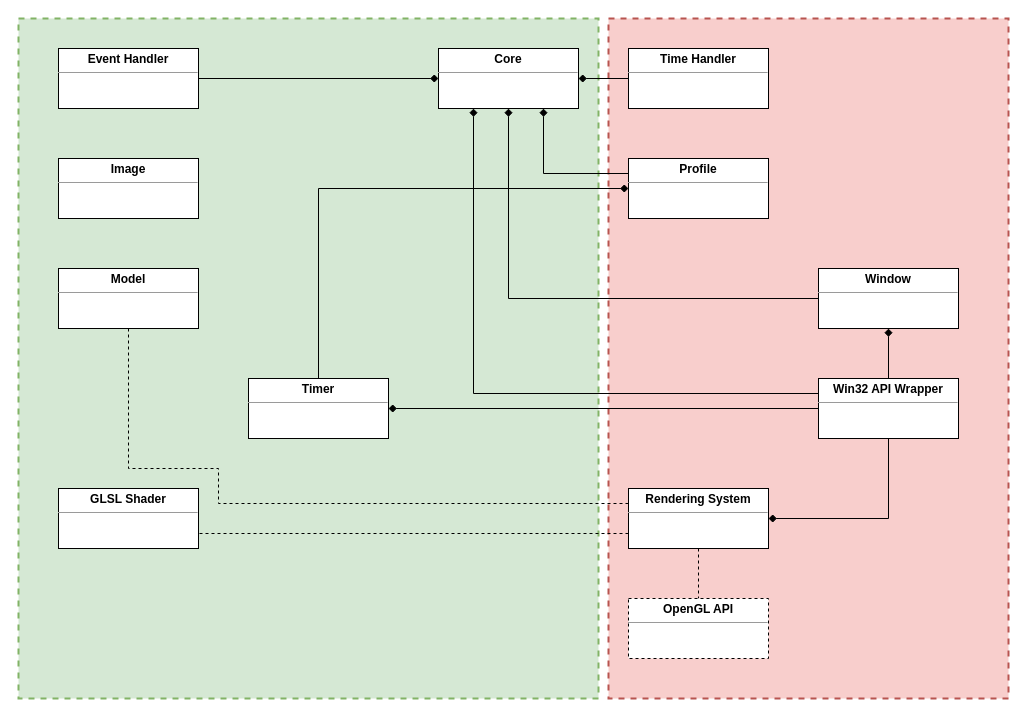
The draw.io diagram _docs/k-engine-classes.drawio in Keshizin/k-engine, before the edit. Source tidied: cells renumbered, new cells numbered last; positions are measured from the earlier drawing's top-left corner, leaving out a move shared by most shapes. Both pictures are drawn from the tidied source at 100%, with x=0, y=0 at pixel (18, 18).
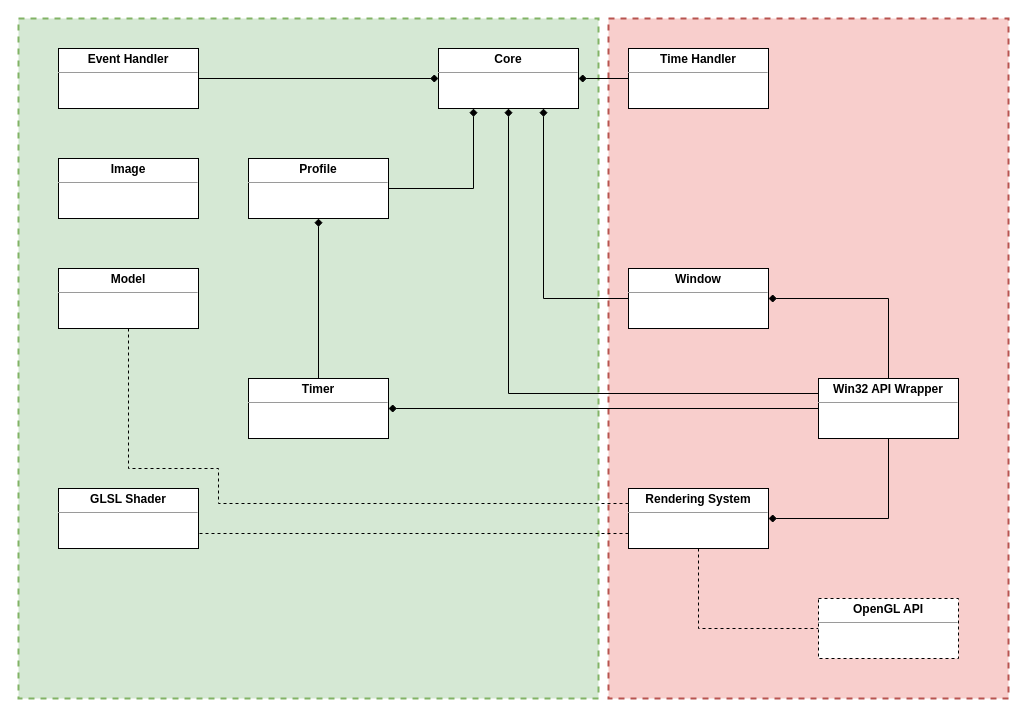
Above is the later version.

Commit message (it also covers changes not shown here):
Cleaning the build directory and updating docs

The change refers to these unchanged cells:
```xml
<mxCell id="4" value="&lt;p style=&quot;margin: 0px ; margin-top: 4px ; text-align: center&quot;&gt;&lt;b&gt;Core&lt;/b&gt;&lt;/p&gt;&lt;hr size=&quot;1&quot;&gt;&lt;div style=&quot;height: 2px&quot;&gt;&lt;/div&gt;" style="verticalAlign=top;align=left;overflow=fill;fontSize=12;fontFamily=Helvetica;html=1;" parent="1" vertex="1">
  <mxGeometry x="420" y="30" width="140" height="60" as="geometry" />
</mxCell>
<mxCell id="9" value="&lt;p style=&quot;margin: 0px ; margin-top: 4px ; text-align: center&quot;&gt;&lt;b&gt;Win32 API Wrapper&lt;/b&gt;&lt;/p&gt;&lt;hr size=&quot;1&quot;&gt;&lt;div style=&quot;height: 2px&quot;&gt;&lt;/div&gt;" style="verticalAlign=top;align=left;overflow=fill;fontSize=12;fontFamily=Helvetica;html=1;" parent="1" vertex="1">
  <mxGeometry x="800" y="360" width="140" height="60" as="geometry" />
</mxCell>
<mxCell id="13" value="&lt;p style=&quot;margin: 0px ; margin-top: 4px ; text-align: center&quot;&gt;&lt;b&gt;Rendering System&lt;/b&gt;&lt;/p&gt;&lt;hr size=&quot;1&quot;&gt;&lt;div style=&quot;height: 2px&quot;&gt;&lt;/div&gt;" style="verticalAlign=top;align=left;overflow=fill;fontSize=12;fontFamily=Helvetica;html=1;" parent="1" vertex="1">
  <mxGeometry x="610" y="470" width="140" height="60" as="geometry" />
</mxCell>
<mxCell id="17" value="&lt;p style=&quot;margin: 0px ; margin-top: 4px ; text-align: center&quot;&gt;&lt;b&gt;Timer&lt;/b&gt;&lt;/p&gt;&lt;hr size=&quot;1&quot;&gt;&lt;div style=&quot;height: 2px&quot;&gt;&lt;/div&gt;" style="verticalAlign=top;align=left;overflow=fill;fontSize=12;fontFamily=Helvetica;html=1;" parent="1" vertex="1">
  <mxGeometry x="230" y="360" width="140" height="60" as="geometry" />
</mxCell>
```

Diff of the diagram source:
```diff
@@
-    <mxCell id="5" style="edgeStyle=orthogonalEdgeStyle;rounded=0;jettySize=auto;html=1;endArrow=diamond;endFill=1;entryX=0.5;entryY=1;entryDx=0;entryDy=0;" parent="1" edge="1" source="6" target="4">
+    <mxCell id="5" style="edgeStyle=orthogonalEdgeStyle;rounded=0;jettySize=auto;html=1;endArrow=diamond;endFill=1;entryX=0.75;entryY=1;entryDx=0;entryDy=0;" parent="1" edge="1" source="6" target="4">
       <mxGeometry relative="1" as="geometry" />
     </mxCell>
     <mxCell id="6" value="&lt;p style=&quot;margin: 0px ; margin-top: 4px ; text-align: center&quot;&gt;&lt;b&gt;Window&lt;/b&gt;&lt;/p&gt;&lt;hr size=&quot;1&quot;&gt;&lt;div style=&quot;height: 2px&quot;&gt;&lt;/div&gt;" style="verticalAlign=top;align=left;overflow=fill;fontSize=12;fontFamily=Helvetica;html=1;" parent="1" vertex="1">
-      <mxGeometry x="800" y="250" width="140" height="60" as="geometry" />
+      <mxGeometry x="610" y="250" width="140" height="60" as="geometry" />
     </mxCell>
-    <mxCell id="7" style="edgeStyle=orthogonalEdgeStyle;rounded=0;jettySize=auto;html=1;endArrow=diamond;endFill=1;exitX=0;exitY=0.25;exitDx=0;exitDy=0;entryX=0.25;entryY=1;entryDx=0;entryDy=0;" parent="1" edge="1" source="9" target="4">
+    <mxCell id="7" style="edgeStyle=orthogonalEdgeStyle;rounded=0;jettySize=auto;html=1;endArrow=diamond;endFill=1;exitX=0;exitY=0.25;exitDx=0;exitDy=0;entryX=0.5;entryY=1;entryDx=0;entryDy=0;" parent="1" edge="1" source="9" target="4">
       <mxGeometry relative="1" as="geometry" />
     </mxCell>
@@
-    <mxCell id="12" style="edgeStyle=orthogonalEdgeStyle;rounded=0;jettySize=auto;html=1;endArrow=none;endFill=0;dashed=1;" parent="1" edge="1" source="13" target="16">
+    <mxCell id="12" style="edgeStyle=orthogonalEdgeStyle;rounded=0;jettySize=auto;html=1;endArrow=none;endFill=0;dashed=1;exitX=0.5;exitY=1;exitDx=0;exitDy=0;entryX=0;entryY=0.5;entryDx=0;entryDy=0;" parent="1" edge="1" source="13" target="16">
       <mxGeometry relative="1" as="geometry" />
     </mxCell>
@@
     <mxCell id="16" value="&lt;p style=&quot;margin: 0px ; margin-top: 4px ; text-align: center&quot;&gt;&lt;b&gt;OpenGL API&lt;/b&gt;&lt;/p&gt;&lt;hr size=&quot;1&quot;&gt;&lt;div style=&quot;height: 2px&quot;&gt;&lt;/div&gt;" style="verticalAlign=top;align=left;overflow=fill;fontSize=12;fontFamily=Helvetica;html=1;dashed=1;" parent="1" vertex="1">
-      <mxGeometry x="610" y="580" width="140" height="60" as="geometry" />
+      <mxGeometry x="800" y="580" width="140" height="60" as="geometry" />
     </mxCell>
@@
-    <mxCell id="18" style="edgeStyle=orthogonalEdgeStyle;rounded=0;jettySize=auto;html=1;endArrow=diamond;endFill=1;exitX=0.5;exitY=0;exitDx=0;exitDy=0;entryX=0.5;entryY=1;entryDx=0;entryDy=0;" parent="1" edge="1" source="9" target="6">
+    <mxCell id="18" style="edgeStyle=orthogonalEdgeStyle;rounded=0;jettySize=auto;html=1;endArrow=diamond;endFill=1;exitX=0.5;exitY=0;exitDx=0;exitDy=0;entryX=1;entryY=0.5;entryDx=0;entryDy=0;" parent="1" edge="1" source="9" target="6">
       <mxGeometry relative="1" as="geometry" />
     </mxCell>
@@
     <mxCell id="20" value="&lt;p style=&quot;margin: 0px ; margin-top: 4px ; text-align: center&quot;&gt;&lt;b&gt;Profile&lt;/b&gt;&lt;/p&gt;&lt;hr size=&quot;1&quot;&gt;&lt;div style=&quot;height: 2px&quot;&gt;&lt;/div&gt;" style="verticalAlign=top;align=left;overflow=fill;fontSize=12;fontFamily=Helvetica;html=1;" parent="1" vertex="1">
-      <mxGeometry x="610" y="140" width="140" height="60" as="geometry" />
+      <mxGeometry x="230" y="140" width="140" height="60" as="geometry" />
     </mxCell>
-    <mxCell id="21" style="edgeStyle=orthogonalEdgeStyle;rounded=0;jettySize=auto;html=1;entryX=0.75;entryY=1;entryDx=0;entryDy=0;endArrow=diamond;endFill=1;exitX=0;exitY=0.25;exitDx=0;exitDy=0;" parent="1" edge="1" source="20" target="4">
-      <mxGeometry relative="1" as="geometry" />
+    <mxCell id="21" style="edgeStyle=orthogonalEdgeStyle;rounded=0;jettySize=auto;html=1;entryX=0.25;entryY=1;entryDx=0;entryDy=0;endArrow=diamond;endFill=1;exitX=1;exitY=0.5;exitDx=0;exitDy=0;" parent="1" edge="1" source="20" target="4">
+      <mxGeometry relative="1" as="geometry">
+        <Array as="points">
+          <mxPoint x="455" y="170" />
+        </Array>
+      </mxGeometry>
     </mxCell>
-    <mxCell id="22" style="edgeStyle=orthogonalEdgeStyle;rounded=0;jettySize=auto;html=1;entryX=0;entryY=0.5;entryDx=0;entryDy=0;endArrow=diamond;endFill=1;exitX=0.5;exitY=0;exitDx=0;exitDy=0;" parent="1" edge="1" source="17" target="20">
+    <mxCell id="22" style="edgeStyle=orthogonalEdgeStyle;rounded=0;jettySize=auto;html=1;entryX=0.5;entryY=1;entryDx=0;entryDy=0;endArrow=diamond;endFill=1;exitX=0.5;exitY=0;exitDx=0;exitDy=0;" parent="1" edge="1" source="17" target="20">
       <mxGeometry relative="1" as="geometry" />
     </mxCell>
```
